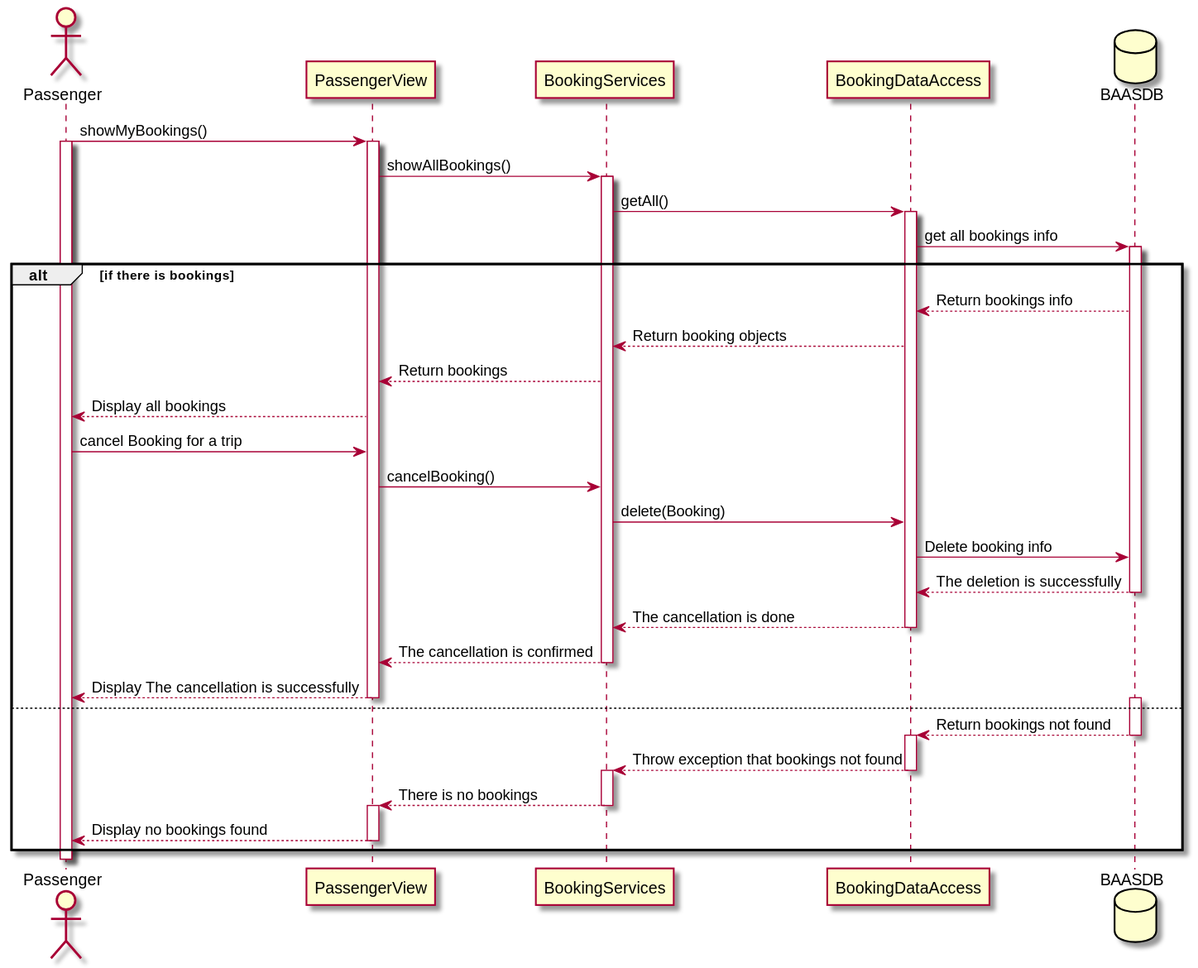
Before: Sequence Diagrams/svg/cancelBooking.svg, a diagram exported from PlantUML (moazbasheer/BaaS_GP).
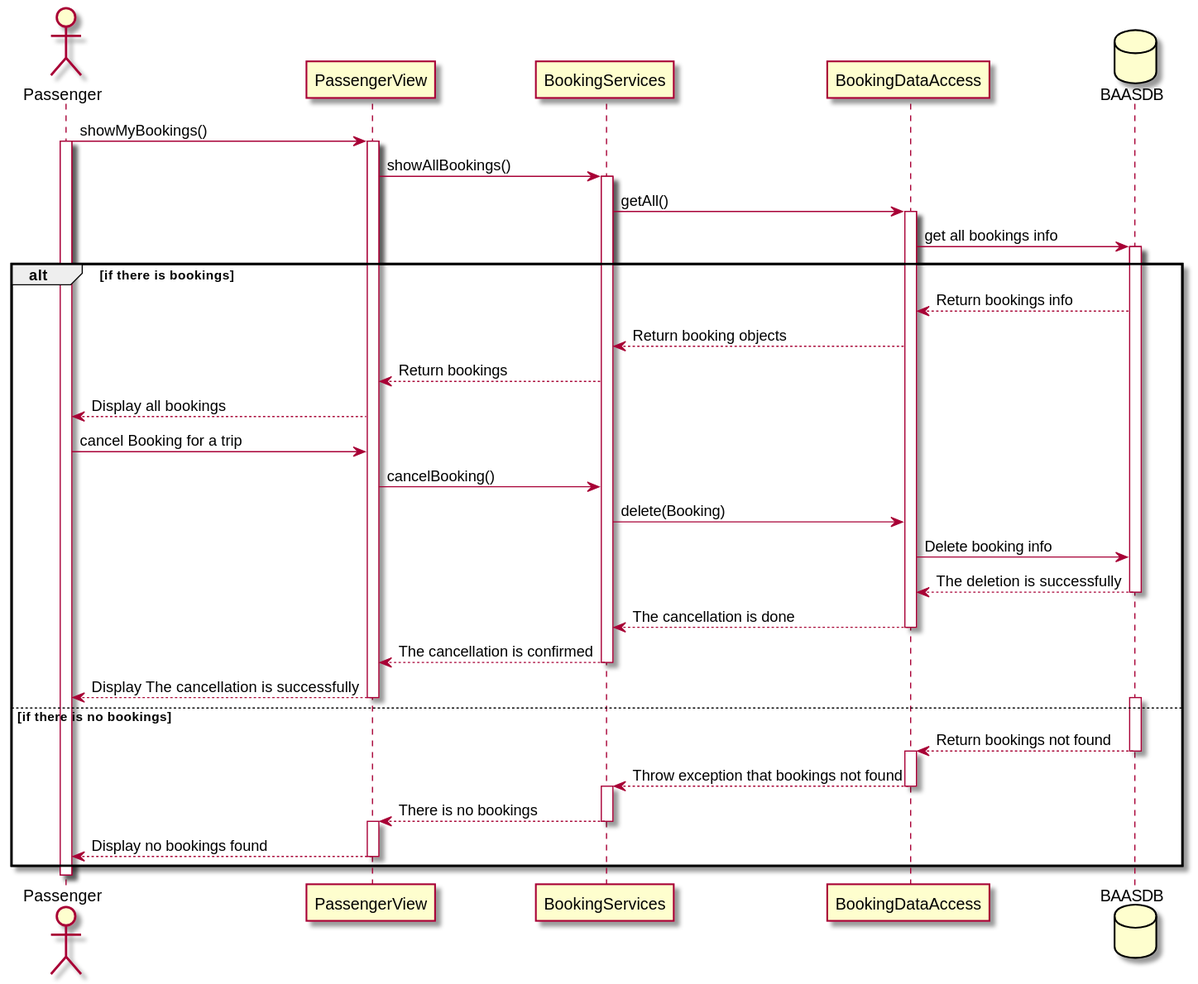
After the commit.

What changed in the source:
```diff
@@ -30,7 +30,7 @@
     deactivate BookingServices
     PassengerView --> Passenger : Display The cancellation is successfully
     deactivate PassengerView
-  else
+  else if there is no bookings
     activate BaasDB
     BaasDB --> BookingDataAccess : Return bookings not found
     deactivate BaasDB
```
